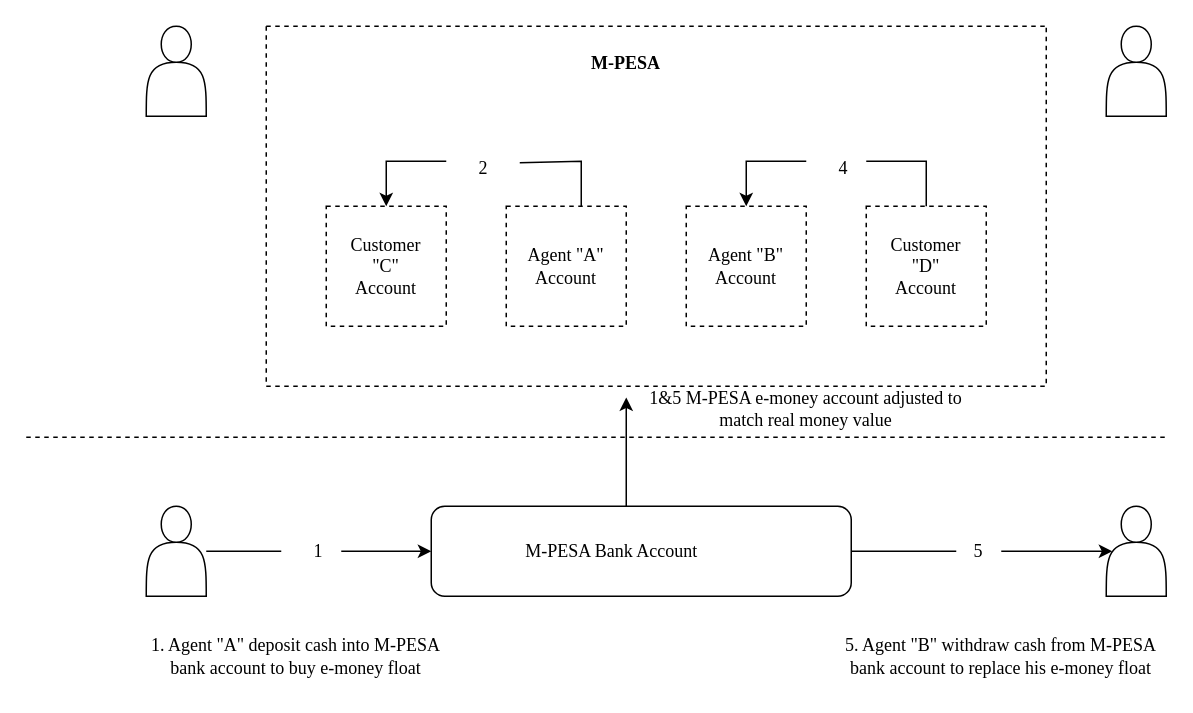
The draw.io diagram mobilemoneyecosy.drawio in codeflickr/First-project, before the edit. Source tidied: cells renumbered, new cells numbered last; positions are measured from the earlier drawing's top-left corner, leaving out a move shared by most shapes. Both pictures are drawn from the tidied source at 150%, with x=0, y=0 at pixel (26, 26).
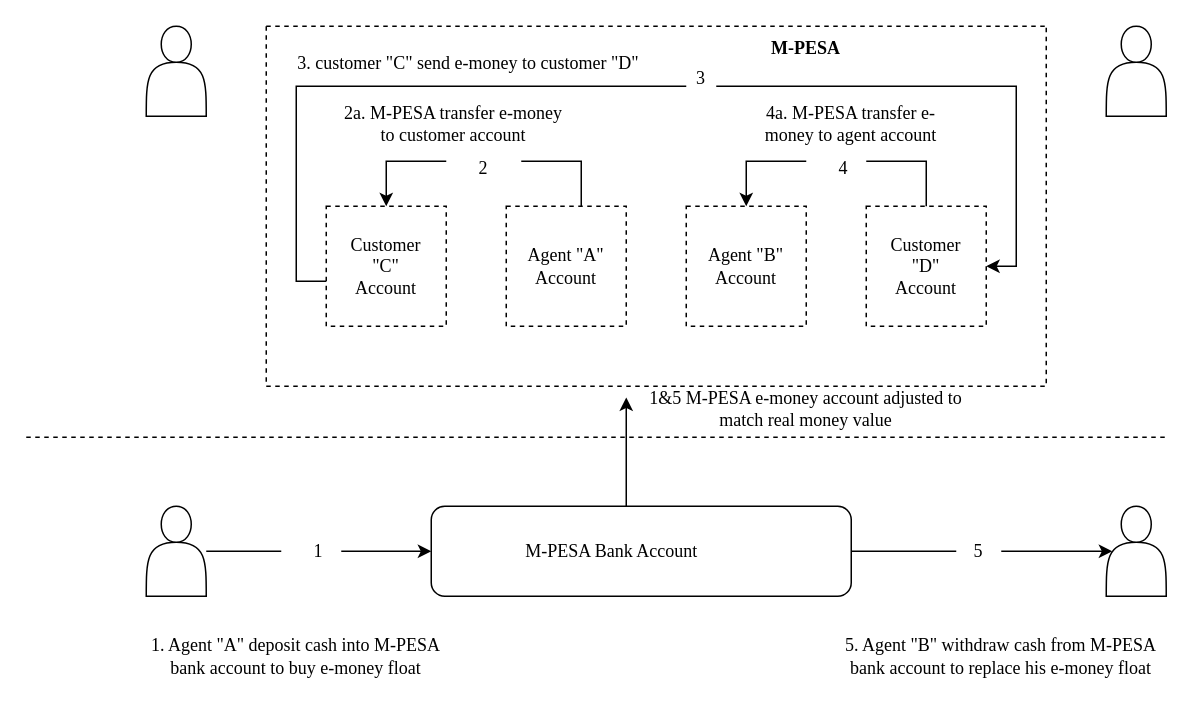
Above is the later version.

The change refers to these unchanged cells:
```xml
<mxCell id="20" style="swimlane;startSize=0;fontFamily=Times New Roman;dashed=1;" parent="1" vertex="1">
  <mxGeometry x="160" width="520" height="240" as="geometry" />
</mxCell>
<mxCell id="25" style="whiteSpace=wrap;html=1;dashed=1;" parent="20" vertex="1">
  <mxGeometry x="400" y="120" width="80" height="80" as="geometry" />
</mxCell>
<mxCell id="30" value="2" style="text;html=1;strokeColor=none;fillColor=none;align=center;verticalAlign=middle;whiteSpace=wrap;rounded=0;dashed=1;fontFamily=Times New Roman;" parent="20" vertex="1">
  <mxGeometry x="130" y="80" width="30" height="30" as="geometry" />
</mxCell>
```

Diff of the diagram source:
```diff
@@
     <mxCell id="29" value="&lt;b&gt;M-PESA&lt;/b&gt;" style="text;html=1;strokeColor=none;fillColor=none;align=center;verticalAlign=middle;whiteSpace=wrap;rounded=0;fontFamily=Times New Roman;" parent="20" vertex="1">
-      <mxGeometry x="210" y="10" width="60" height="30" as="geometry" />
+      <mxGeometry x="330" width="60" height="30" as="geometry" />
     </mxCell>
@@
+    <mxCell id="37" value="2a. M-PESA transfer e-money to customer account " style="text;html=1;strokeColor=none;fillColor=none;align=center;verticalAlign=middle;whiteSpace=wrap;rounded=0;dashed=1;fontFamily=Times New Roman;" parent="20" vertex="1">
+      <mxGeometry x="50" y="50" width="150" height="30" as="geometry" />
+    </mxCell>
+    <mxCell id="38" value="4a. M-PESA transfer e-money to agent account" style="text;html=1;strokeColor=none;fillColor=none;align=center;verticalAlign=middle;whiteSpace=wrap;rounded=0;dashed=1;fontFamily=Times New Roman;" parent="20" vertex="1">
+      <mxGeometry x="320" y="50" width="140" height="30" as="geometry" />
+    </mxCell>
+    <mxCell id="39" value="3" style="text;html=1;strokeColor=none;fillColor=none;align=center;verticalAlign=middle;whiteSpace=wrap;rounded=0;dashed=1;fontFamily=Times New Roman;" parent="20" vertex="1">
+      <mxGeometry x="280" y="20" width="20" height="30" as="geometry" />
+    </mxCell>
+    <mxCell id="40" value="3. customer &quot;C&quot; send e-money to customer &quot;D&quot;" style="text;html=1;strokeColor=none;fillColor=none;align=center;verticalAlign=middle;whiteSpace=wrap;rounded=0;dashed=1;fontFamily=Times New Roman;" parent="20" vertex="1">
+      <mxGeometry x="20" y="10" width="230" height="30" as="geometry" />
+    </mxCell>
-    <mxCell id="33" style="endArrow=none;html=1;rounded=0;fontFamily=Times New Roman;entryX=1.3;entryY=0.367;entryDx=0;entryDy=0;entryPerimeter=0;" parent="1" edge="1" target="30">
+    <mxCell id="33" style="endArrow=none;html=1;rounded=0;fontFamily=Times New Roman;" parent="1" edge="1">
       <mxGeometry relative="1" as="geometry">
         <mxPoint x="370" y="120" as="sourcePoint" />
+        <mxPoint x="330" y="90" as="targetPoint" />
         <Array as="points">
           <mxPoint x="370" y="90" />
         </Array>
       </mxGeometry>
     </mxCell>
@@
+    <mxCell id="41" style="endArrow=none;html=1;rounded=0;fontFamily=Times New Roman;" parent="1" edge="1" target="39">
+      <mxGeometry relative="1" as="geometry">
+        <mxPoint x="200" y="170" as="sourcePoint" />
+        <Array as="points">
+          <mxPoint x="180" y="170" />
+          <mxPoint x="180" y="40" />
+          <mxPoint x="240" y="40" />
+          <mxPoint x="440" y="40" />
+        </Array>
+      </mxGeometry>
+    </mxCell>
+    <mxCell id="42" style="endArrow=classic;html=1;rounded=0;fontFamily=Times New Roman;entryX=1;entryY=0.5;entryDx=0;entryDy=0;" parent="1" edge="1" target="25">
+      <mxGeometry relative="1" as="geometry">
+        <mxPoint x="460" y="40" as="sourcePoint" />
+        <Array as="points">
+          <mxPoint x="660" y="40" />
+          <mxPoint x="660" y="160" />
+        </Array>
+      </mxGeometry>
+    </mxCell>
```
